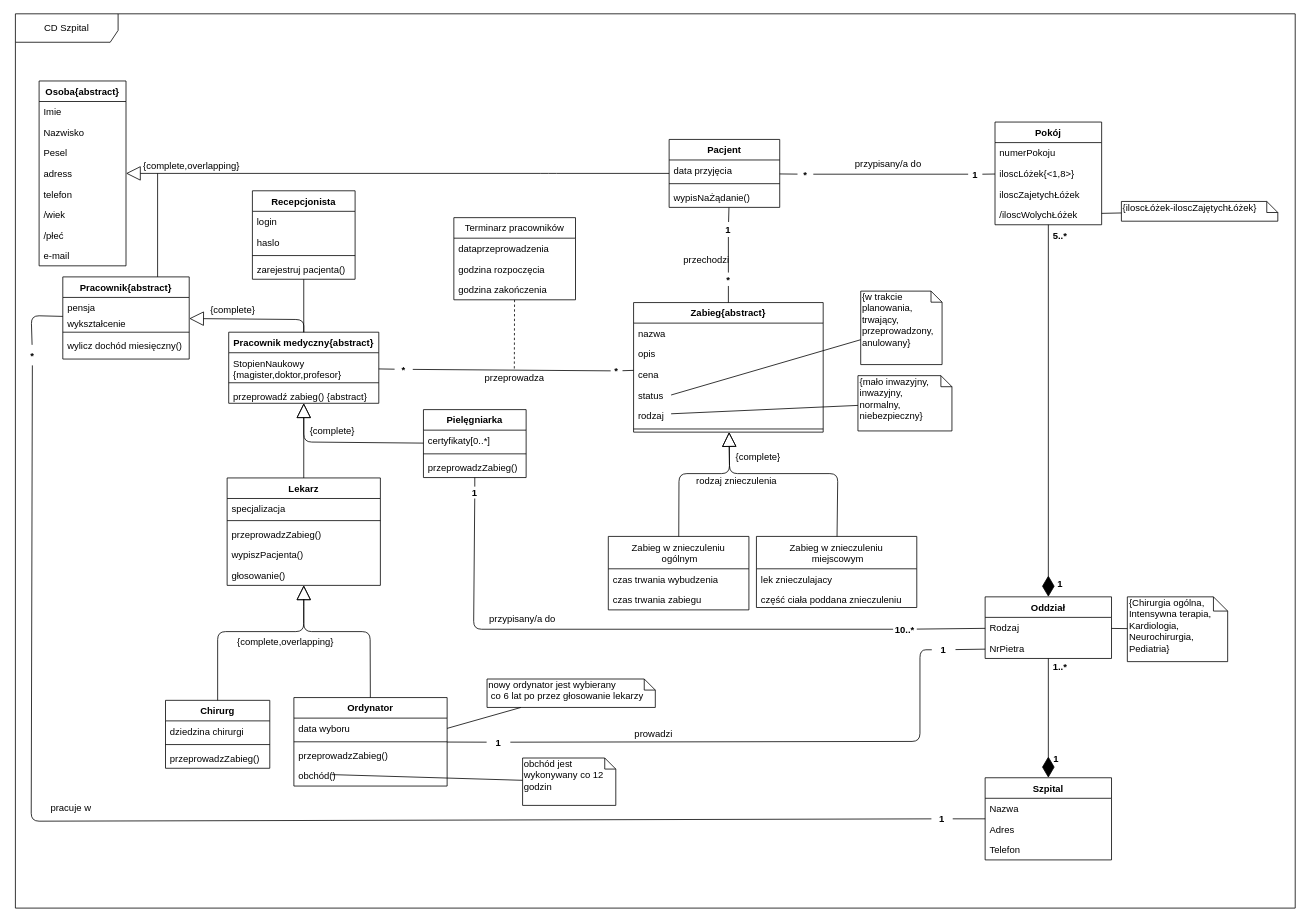
This is page "class" (1 of 2) of Szpital.drawio from AleksanderStaruch/HospitalUML, a draw.io file, before an edit. Source tidied: cells renumbered, new cells numbered last; positions are measured from the earlier drawing's top-left corner, leaving out a move shared by most shapes. Both pictures are drawn from the tidied source at 79%, with x=0, y=0 at pixel (15, 13).
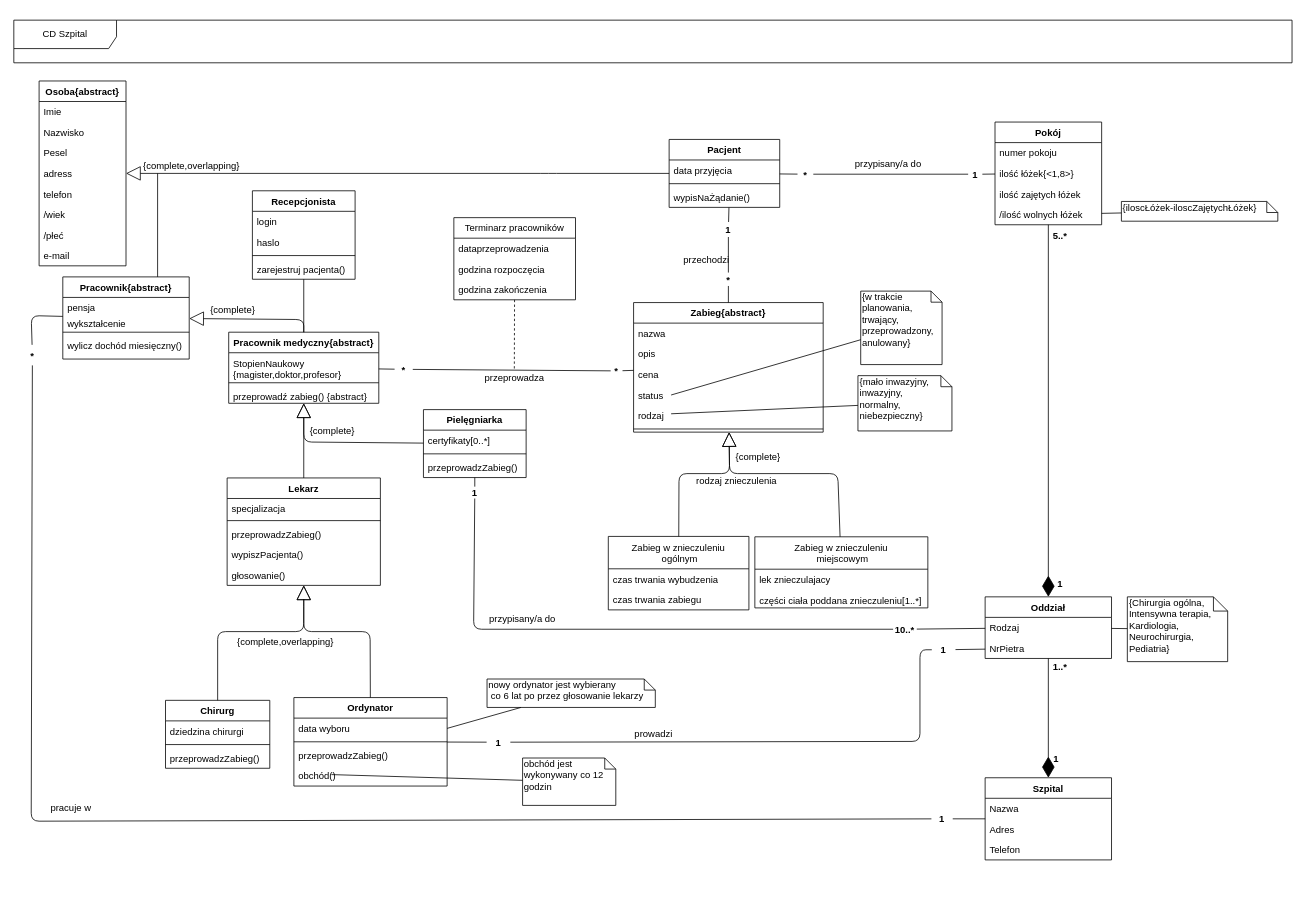
The same diagram, later.

Unchanged cells that the change refers to:
```xml
<mxCell id="6" value="Pokój" style="swimlane;fontStyle=1;align=center;verticalAlign=top;horizontal=1;startSize=26;" parent="1" vertex="1">
  <mxGeometry x="1240" y="137" width="135" height="130" as="geometry" />
</mxCell>
```

The edit, as a diff of the source:
```diff
@@
-    <mxCell id="7" value="numerPokoju" style="text;strokeColor=none;fillColor=none;align=left;verticalAlign=top;spacingLeft=4;spacingRight=4;overflow=hidden;" parent="6" vertex="1">
+    <mxCell id="7" value="numer pokoju" style="text;strokeColor=none;fillColor=none;align=left;verticalAlign=top;spacingLeft=4;spacingRight=4;overflow=hidden;" parent="6" vertex="1">
       <mxGeometry y="26" width="135" height="26" as="geometry" />
     </mxCell>
-    <mxCell id="8" value="iloscLóżek{&lt;1,8&gt;}" style="text;strokeColor=none;fillColor=none;align=left;verticalAlign=top;spacingLeft=4;spacingRight=4;overflow=hidden;" parent="6" vertex="1">
+    <mxCell id="8" value="ilość łóżek{&lt;1,8&gt;}" style="text;strokeColor=none;fillColor=none;align=left;verticalAlign=top;spacingLeft=4;spacingRight=4;overflow=hidden;" parent="6" vertex="1">
       <mxGeometry y="52" width="135" height="26" as="geometry" />
     </mxCell>
-    <mxCell id="9" value="iloscZajetychŁóżek" style="text;strokeColor=none;fillColor=none;align=left;verticalAlign=top;spacingLeft=4;spacingRight=4;overflow=hidden;" parent="6" vertex="1">
+    <mxCell id="9" value="ilość zajętych łóżek" style="text;strokeColor=none;fillColor=none;align=left;verticalAlign=top;spacingLeft=4;spacingRight=4;overflow=hidden;" parent="6" vertex="1">
       <mxGeometry y="78" width="135" height="26" as="geometry" />
     </mxCell>
-    <mxCell id="10" value="/iloscWolychŁóżek" style="text;strokeColor=none;fillColor=none;align=left;verticalAlign=top;spacingLeft=4;spacingRight=4;overflow=hidden;points=[[0,0.5],[1,0.5]];portConstraint=eastwest;" parent="6" vertex="1">
+    <mxCell id="10" value="/ilość wolnych łóżek" style="text;strokeColor=none;fillColor=none;align=left;verticalAlign=top;spacingLeft=4;spacingRight=4;overflow=hidden;points=[[0,0.5],[1,0.5]];portConstraint=eastwest;" parent="6" vertex="1">
       <mxGeometry y="104" width="135" height="26" as="geometry" />
     </mxCell>
@@
     <mxCell id="86" value="CD Szpital" style="shape=umlFrame;whiteSpace=wrap;html=1;width=130;height=36;" parent="1" vertex="1">
-      <mxGeometry width="1620" height="1132" as="geometry" />
+      <mxGeometry x="-2" y="8" width="1618" height="54" as="geometry" />
     </mxCell>
@@
     <mxCell id="123" value="Zabieg w znieczuleniu&#10; miejscowym" style="swimlane;fontStyle=0;horizontal=1;startSize=41;fillColor=none;" parent="1" vertex="1">
-      <mxGeometry x="938" y="661.5" width="203" height="90" as="geometry" />
+      <mxGeometry x="936" y="662" width="219" height="90" as="geometry" />
     </mxCell>
     <mxCell id="124" value="lek znieczulajacy" style="text;strokeColor=none;fillColor=none;align=left;verticalAlign=top;spacingLeft=4;spacingRight=4;overflow=hidden;" parent="123" vertex="1">
-      <mxGeometry y="41" width="203" height="26" as="geometry" />
+      <mxGeometry y="41" width="219" height="26" as="geometry" />
     </mxCell>
-    <mxCell id="125" value="część ciała poddana znieczuleniu&#10;" style="text;strokeColor=none;fillColor=none;align=left;verticalAlign=top;spacingLeft=4;spacingRight=4;overflow=hidden;" parent="123" vertex="1">
-      <mxGeometry y="67" width="203" height="23" as="geometry" />
+    <mxCell id="125" value="części ciała poddana znieczuleniu[1..*]&#10;" style="text;strokeColor=none;fillColor=none;align=left;verticalAlign=top;spacingLeft=4;spacingRight=4;overflow=hidden;" parent="123" vertex="1">
+      <mxGeometry y="67" width="219" height="23" as="geometry" />
     </mxCell>
```
